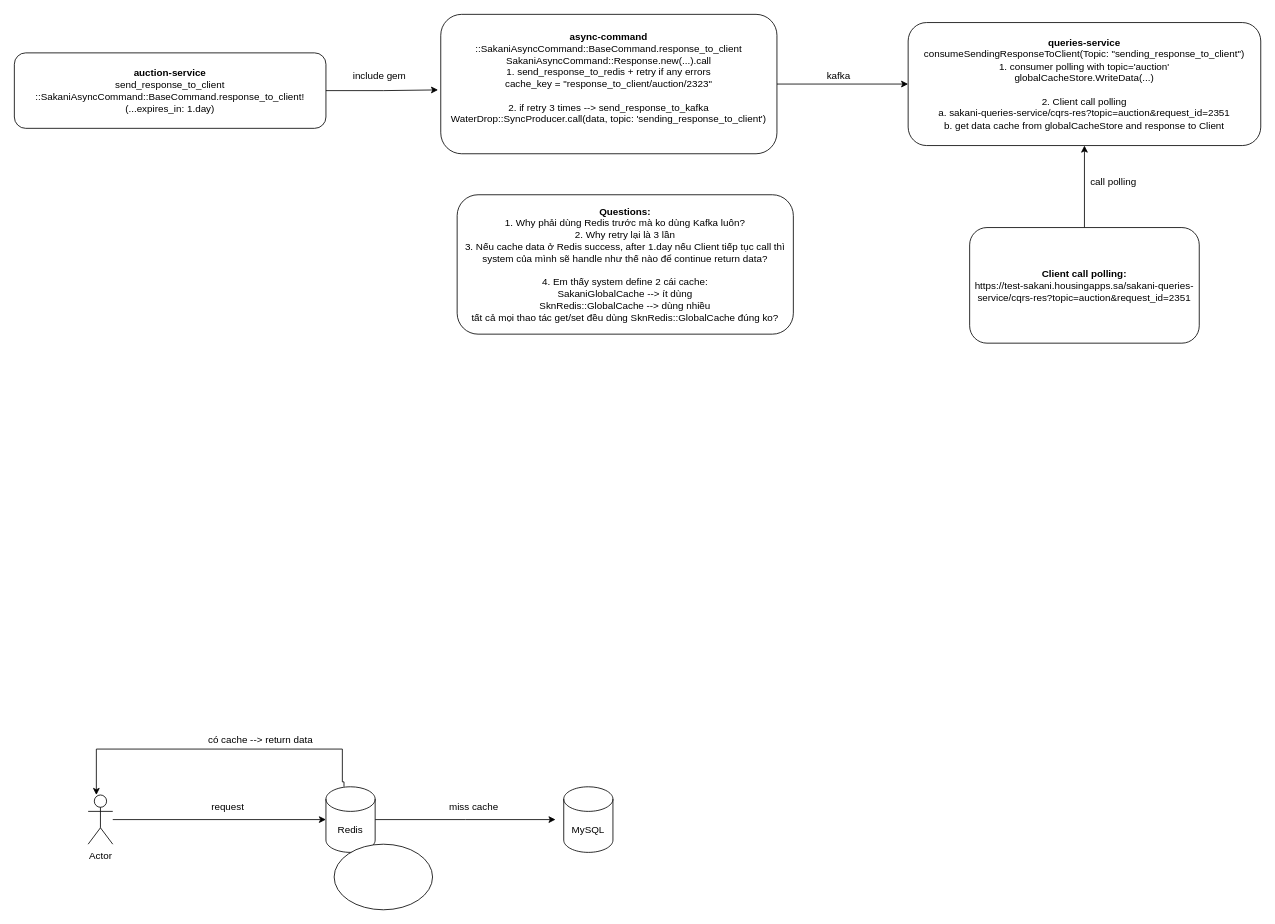
The draw.io diagram cache.drawio in HoangNguyen58TH1/redis_research, before the edit. Source tidied: cells renumbered, new cells numbered last; positions are measured from the earlier drawing's top-left corner, leaving out a move shared by most shapes. Both pictures are drawn from the tidied source at 82%, with x=0, y=0 at pixel (14, 14).
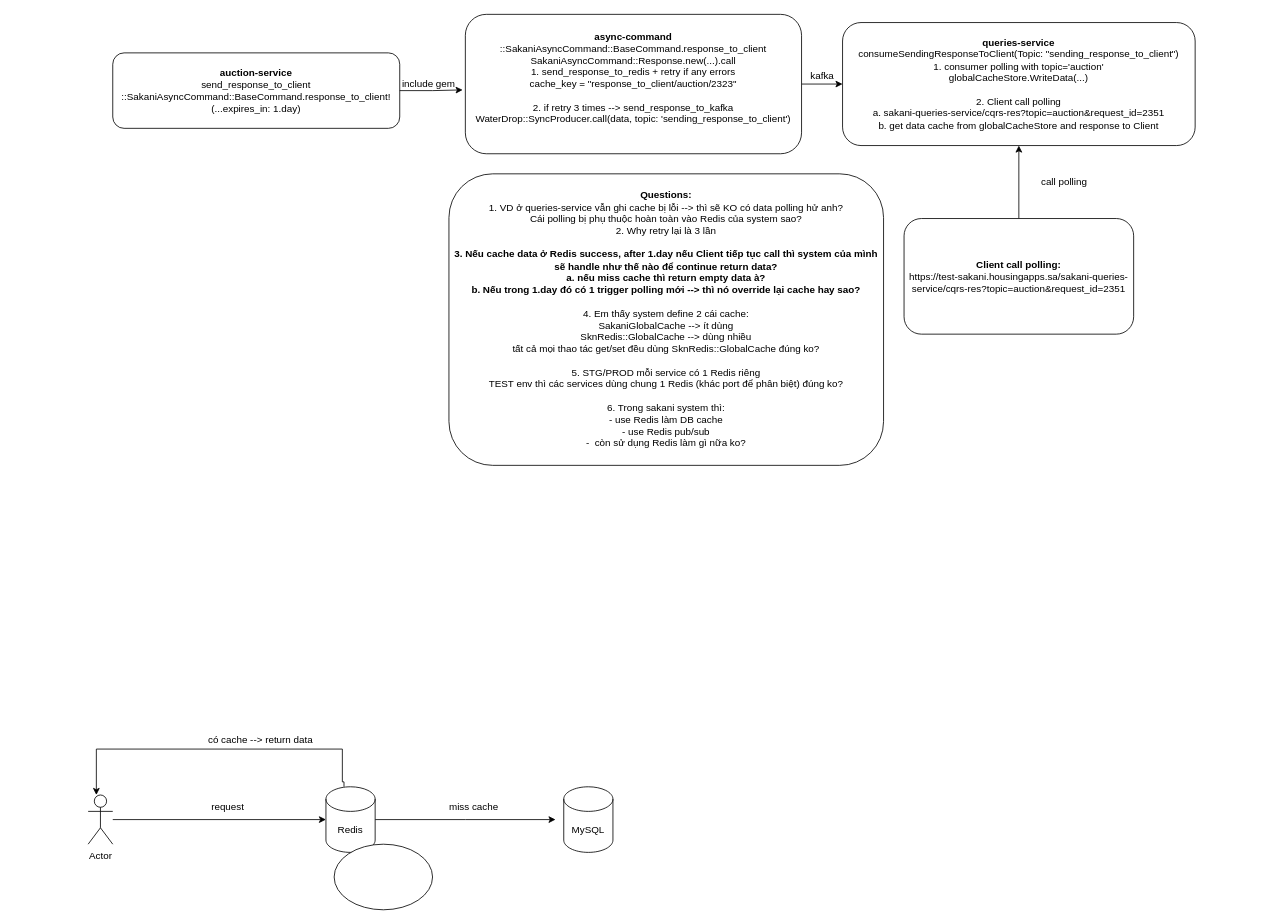
Above is the later version.

Diff of the diagram source:
```diff
@@
     <mxCell id="12" value="&lt;b&gt;auction-service&lt;/b&gt;&lt;div&gt;send_response_to_client&lt;/div&gt;&lt;div&gt;::SakaniAsyncCommand::BaseCommand.response_to_client!(...expires_in: 1.day)&lt;/div&gt;" style="rounded=1;whiteSpace=wrap;html=1;" parent="1" vertex="1">
-      <mxGeometry y="47" width="380" height="92" as="geometry" />
+      <mxGeometry x="120" y="47" width="350" height="92" as="geometry" />
     </mxCell>
@@
     <mxCell id="14" value="&lt;b&gt;async-command&lt;/b&gt;&lt;div&gt;::SakaniAsyncCommand::BaseCommand.response_to_client&lt;/div&gt;&lt;div&gt;SakaniAsyncCommand::Response.new(...).call&lt;/div&gt;&lt;div&gt;1.&amp;nbsp;&lt;span style=&quot;background-color: transparent; color: light-dark(rgb(0, 0, 0), rgb(255, 255, 255));&quot;&gt;send_response_to_redis + retry if any errors&lt;/span&gt;&lt;/div&gt;&lt;div&gt;&lt;span style=&quot;background-color: transparent;&quot;&gt;cache_key = &quot;response_to_client/auction/2323&quot;&lt;/span&gt;&lt;/div&gt;&lt;div&gt;&lt;span style=&quot;background-color: transparent;&quot;&gt;&lt;br&gt;&lt;/span&gt;&lt;/div&gt;&lt;div&gt;&lt;span style=&quot;background-color: transparent; color: light-dark(rgb(0, 0, 0), rgb(255, 255, 255));&quot;&gt;2. if retry 3 times --&amp;gt;&amp;nbsp;&lt;/span&gt;&lt;span style=&quot;background-color: transparent; color: light-dark(rgb(0, 0, 0), rgb(255, 255, 255));&quot;&gt;send_response_to_kafka&lt;/span&gt;&lt;/div&gt;&lt;div&gt;&lt;span style=&quot;background-color: transparent;&quot;&gt;WaterDrop::SyncProducer.call(data, topic: 'sending_response_to_client')&lt;/span&gt;&lt;/div&gt;&lt;div&gt;&lt;span style=&quot;background-color: transparent; color: light-dark(rgb(0, 0, 0), rgb(255, 255, 255));&quot;&gt;&lt;br&gt;&lt;/span&gt;&lt;/div&gt;" style="rounded=1;whiteSpace=wrap;html=1;" parent="1" vertex="1">
-      <mxGeometry x="520" width="410" height="170" as="geometry" />
+      <mxGeometry x="550" width="410" height="170" as="geometry" />
     </mxCell>
     <mxCell id="15" value="&lt;b&gt;queries&lt;span style=&quot;background-color: transparent; color: light-dark(rgb(0, 0, 0), rgb(255, 255, 255));&quot;&gt;-service&lt;/span&gt;&lt;/b&gt;&lt;div&gt;&lt;span style=&quot;background-color: transparent;&quot;&gt;consumeSendingResponseToClient(Topic: &quot;sending_response_to_client&quot;)&lt;/span&gt;&lt;/div&gt;&lt;div&gt;&lt;span style=&quot;background-color: transparent;&quot;&gt;1. consumer polling with topic='auction'&lt;/span&gt;&lt;/div&gt;&lt;div&gt;&lt;span style=&quot;background-color: transparent;&quot;&gt;globalCacheStore.WriteData(...)&lt;/span&gt;&lt;/div&gt;&lt;div&gt;&lt;span style=&quot;background-color: transparent;&quot;&gt;&lt;br&gt;&lt;/span&gt;&lt;/div&gt;&lt;div&gt;&lt;span style=&quot;background-color: transparent;&quot;&gt;2. Client call polling&lt;/span&gt;&lt;/div&gt;&lt;div&gt;&lt;span style=&quot;background-color: transparent;&quot;&gt;a. sakani-queries-service/cqrs-res?topic=auction&amp;amp;request_id=2351&lt;/span&gt;&lt;/div&gt;&lt;div&gt;b. get data cache from&amp;nbsp;globalCacheStore and response to Client&lt;/div&gt;" style="rounded=1;whiteSpace=wrap;html=1;" parent="1" vertex="1">
-      <mxGeometry x="1090" y="10" width="430" height="150" as="geometry" />
+      <mxGeometry x="1010" y="10" width="430" height="150" as="geometry" />
     </mxCell>
     <mxCell id="16" value="kafka" style="text;html=1;align=center;verticalAlign=middle;strokeColor=none;fillColor=none;" parent="1" vertex="1">
-      <mxGeometry x="980" y="60" width="50" height="30" as="geometry" />
+      <mxGeometry x="960" y="60" width="50" height="30" as="geometry" />
     </mxCell>
     <mxCell id="17" value="include&amp;nbsp;&lt;span style=&quot;background-color: transparent; color: light-dark(rgb(0, 0, 0), rgb(255, 255, 255));&quot;&gt;gem&lt;/span&gt;" style="text;html=1;align=center;verticalAlign=middle;strokeColor=none;fillColor=none;" parent="1" vertex="1">
-      <mxGeometry x="400" y="60" width="90" height="30" as="geometry" />
+      <mxGeometry x="460" y="70" width="90" height="30" as="geometry" />
     </mxCell>
-    <mxCell id="18" value="&lt;b&gt;Questions:&lt;/b&gt;&lt;br&gt;&lt;div&gt;1. Why phải dùng Redis trước mà ko dùng Kafka luôn?&lt;/div&gt;&lt;div&gt;2. Why retry lại là 3 lần&lt;/div&gt;&lt;div&gt;3. Nếu cache data ở Redis success, after 1.day nếu Client tiếp tục call thì system của mình sẽ handle như thế nào để continue return data?&lt;/div&gt;&lt;div&gt;&lt;br&gt;&lt;/div&gt;&lt;div&gt;4. Em thấy system define 2 cái cache:&lt;/div&gt;&lt;div&gt;SakaniGlobalCache --&amp;gt; ít dùng&lt;/div&gt;&lt;div&gt;SknRedis::GlobalCache --&amp;gt; dùng nhiều&lt;/div&gt;&lt;div&gt;tất cả mọi thao tác get/set đều dùng&amp;nbsp;&lt;span style=&quot;background-color: transparent; color: light-dark(rgb(0, 0, 0), rgb(255, 255, 255));&quot;&gt;SknRedis::GlobalCache đúng ko?&lt;/span&gt;&lt;/div&gt;" style="rounded=1;whiteSpace=wrap;html=1;" parent="1" vertex="1">
-      <mxGeometry x="540" y="220" width="410" height="170" as="geometry" />
+    <mxCell id="18" value="&lt;b&gt;Questions:&lt;/b&gt;&lt;br&gt;&lt;div&gt;1. VD ở queries-service vẫn ghi cache bị lỗi --&amp;gt; thì sẽ KO có data polling hử anh?&lt;/div&gt;&lt;div&gt;Cái polling bị phụ thuộc hoàn toàn vào Redis của system sao?&lt;/div&gt;&lt;div&gt;2. Why retry lại là 3 lần&lt;/div&gt;&lt;div&gt;&lt;br&gt;&lt;/div&gt;&lt;div&gt;&lt;b&gt;3. Nếu cache data ở Redis success, after 1.day nếu Client tiếp tục call thì system của mình sẽ handle như thế nào để continue return data?&lt;/b&gt;&lt;/div&gt;&lt;div&gt;&lt;b&gt;a. nếu miss cache thì return empty data à?&lt;/b&gt;&lt;/div&gt;&lt;div&gt;&lt;b&gt;b. Nếu trong 1.day đó có 1 trigger polling mới --&amp;gt; thì nó override lại cache hay sao?&lt;/b&gt;&lt;/div&gt;&lt;div&gt;&lt;br&gt;&lt;/div&gt;&lt;div&gt;4. Em thấy system define 2 cái cache:&lt;/div&gt;&lt;div&gt;SakaniGlobalCache --&amp;gt; ít dùng&lt;/div&gt;&lt;div&gt;SknRedis::GlobalCache --&amp;gt; dùng nhiều&lt;/div&gt;&lt;div&gt;tất cả mọi thao tác get/set đều dùng&amp;nbsp;&lt;span style=&quot;background-color: transparent; color: light-dark(rgb(0, 0, 0), rgb(255, 255, 255));&quot;&gt;SknRedis::GlobalCache đúng ko?&lt;/span&gt;&lt;/div&gt;&lt;div&gt;&lt;span style=&quot;background-color: transparent; color: light-dark(rgb(0, 0, 0), rgb(255, 255, 255));&quot;&gt;&lt;br&gt;&lt;/span&gt;&lt;/div&gt;&lt;div&gt;&lt;span style=&quot;background-color: transparent; color: light-dark(rgb(0, 0, 0), rgb(255, 255, 255));&quot;&gt;5. STG/PROD mỗi service có 1 Redis riêng&lt;/span&gt;&lt;/div&gt;&lt;div&gt;&lt;span style=&quot;background-color: transparent; color: light-dark(rgb(0, 0, 0), rgb(255, 255, 255));&quot;&gt;TEST env thì các services dùng chung 1 Redis (khác port để phân biệt) đúng ko?&lt;/span&gt;&lt;/div&gt;&lt;div&gt;&lt;span style=&quot;background-color: transparent; color: light-dark(rgb(0, 0, 0), rgb(255, 255, 255));&quot;&gt;&lt;br&gt;&lt;/span&gt;&lt;/div&gt;&lt;div&gt;&lt;span style=&quot;background-color: transparent; color: light-dark(rgb(0, 0, 0), rgb(255, 255, 255));&quot;&gt;6. Trong sakani system thì:&lt;/span&gt;&lt;/div&gt;&lt;div&gt;- use Redis làm DB cache&lt;/div&gt;&lt;div&gt;- use Redis pub/sub&lt;/div&gt;&lt;div&gt;-&amp;nbsp; còn sử dụng Redis làm gì nữa ko?&lt;/div&gt;" style="rounded=1;whiteSpace=wrap;html=1;" parent="1" vertex="1">
+      <mxGeometry x="530" y="194.5" width="530" height="355.5" as="geometry" />
     </mxCell>
@@
     <mxCell id="21" value="&lt;b&gt;Client call polling:&lt;/b&gt;&lt;div&gt;https://test-sakani.housingapps.sa/sakani-queries-service/cqrs-res?topic=auction&amp;amp;request_id=2351&lt;/div&gt;" style="rounded=1;whiteSpace=wrap;html=1;" parent="1" vertex="1">
-      <mxGeometry x="1165" y="260" width="280" height="141" as="geometry" />
+      <mxGeometry x="1085" y="249" width="280" height="141" as="geometry" />
     </mxCell>
     <mxCell id="22" value="call polling" style="text;html=1;align=center;verticalAlign=middle;strokeColor=none;fillColor=none;" parent="1" vertex="1">
-      <mxGeometry x="1300" y="190" width="80" height="30" as="geometry" />
+      <mxGeometry x="1240" y="190" width="80" height="30" as="geometry" />
     </mxCell>
```
